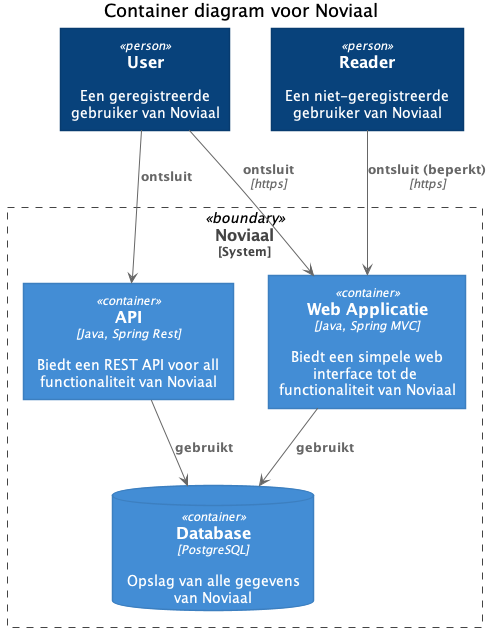
The PlantUML diagram documentatie/FO/c4-container-diagram.png in jvorhauer/noviaal, before a commit. Source of this version:
```plantuml
@startuml

!includeurl https://raw.githubusercontent.com/RicardoNiepel/C4-PlantUML/master/C4_Container.puml

LAYOUT_TOP_DOWN

title Container diagram voor Noviaal

Person(user, User, "Een geregistreerde gebruiker van Noviaal")

Person(reader, Reader, "Een niet-geregistreerde gebruiker van Noviaal")

System_Boundary(c1, "Noviaal") {
  Container(web_app, "Web Applicatie", "Java, Spring MVC", "Biedt een simpele web interface tot de functionaliteit van Noviaal")
  Container(api, "API", "Java, Spring Rest", "Biedt een REST API voor all functionaliteit van Noviaal")
  ContainerDb(database, "Database", "PostgreSQL", "Opslag van alle gegevens van Noviaal")
}

Rel(user, web_app, "ontsluit", "https")
Rel(reader, web_app, "ontsluit (beperkt)", "https")
Rel(user, api, "ontsluit")
Rel(web_app, database, "gebruikt")
Rel(api, database, "gebruikt")

@enduml
```
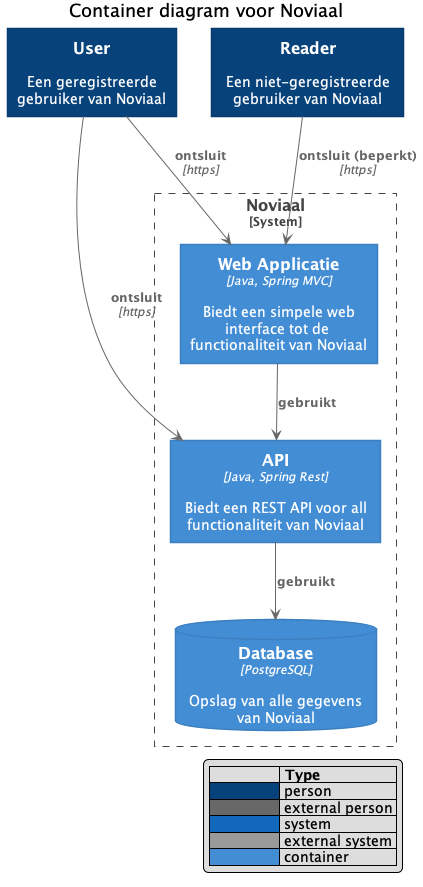
The same file after the commit.

Change to the diagram source:
```diff
@@ -3,6 +3,7 @@
 !includeurl https://raw.githubusercontent.com/RicardoNiepel/C4-PlantUML/master/C4_Container.puml
 
 LAYOUT_TOP_DOWN
+LAYOUT_WITH_LEGEND()
 
 title Container diagram voor Noviaal
 
@@ -18,8 +19,8 @@
 
 Rel(user, web_app, "ontsluit", "https")
 Rel(reader, web_app, "ontsluit (beperkt)", "https")
-Rel(user, api, "ontsluit")
-Rel(web_app, database, "gebruikt")
+Rel(user, api, "ontsluit", "https")
+Rel(web_app, api, "gebruikt")
 Rel(api, database, "gebruikt")
 
 @enduml
```
